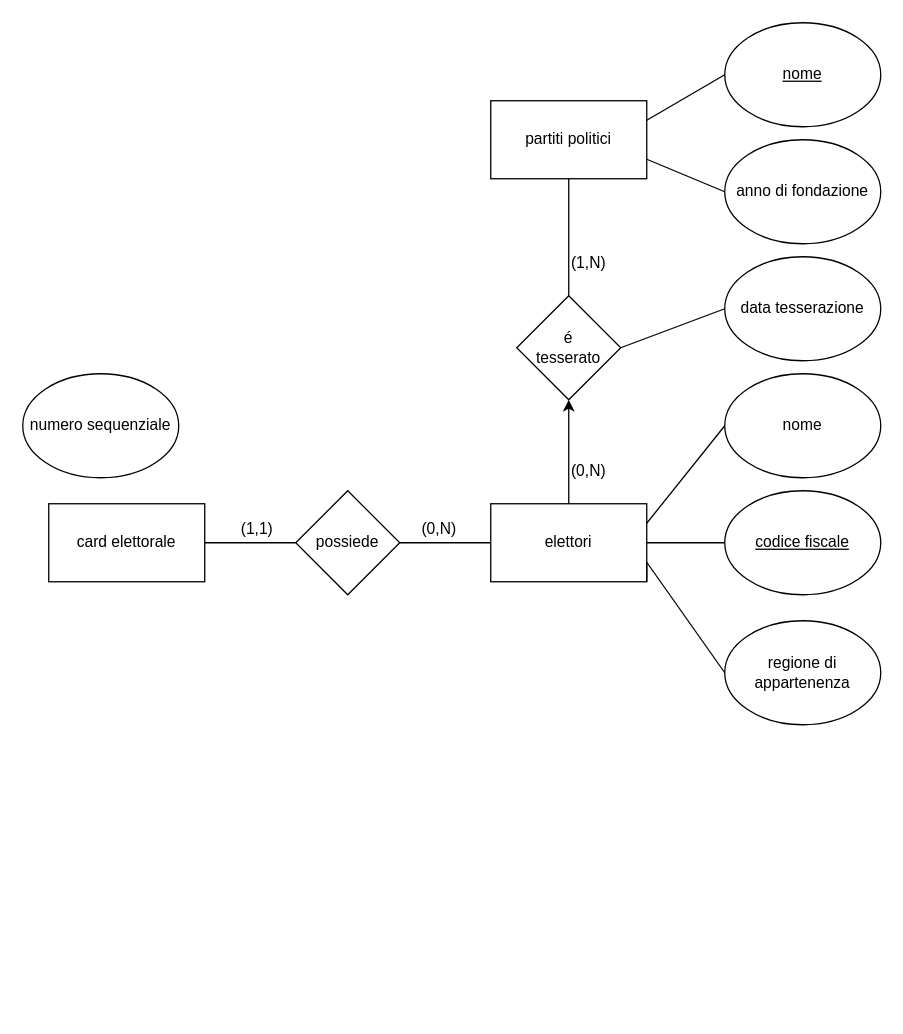
Before: Diagramma senza titolo.drawio in Marco1743/database, a draw.io diagram. Source tidied: cells renumbered, new cells numbered last; positions are measured from the earlier drawing's top-left corner, leaving out a move shared by most shapes. Both pictures are drawn from the tidied source at 130%, with x=0, y=0 at pixel (22, 22).
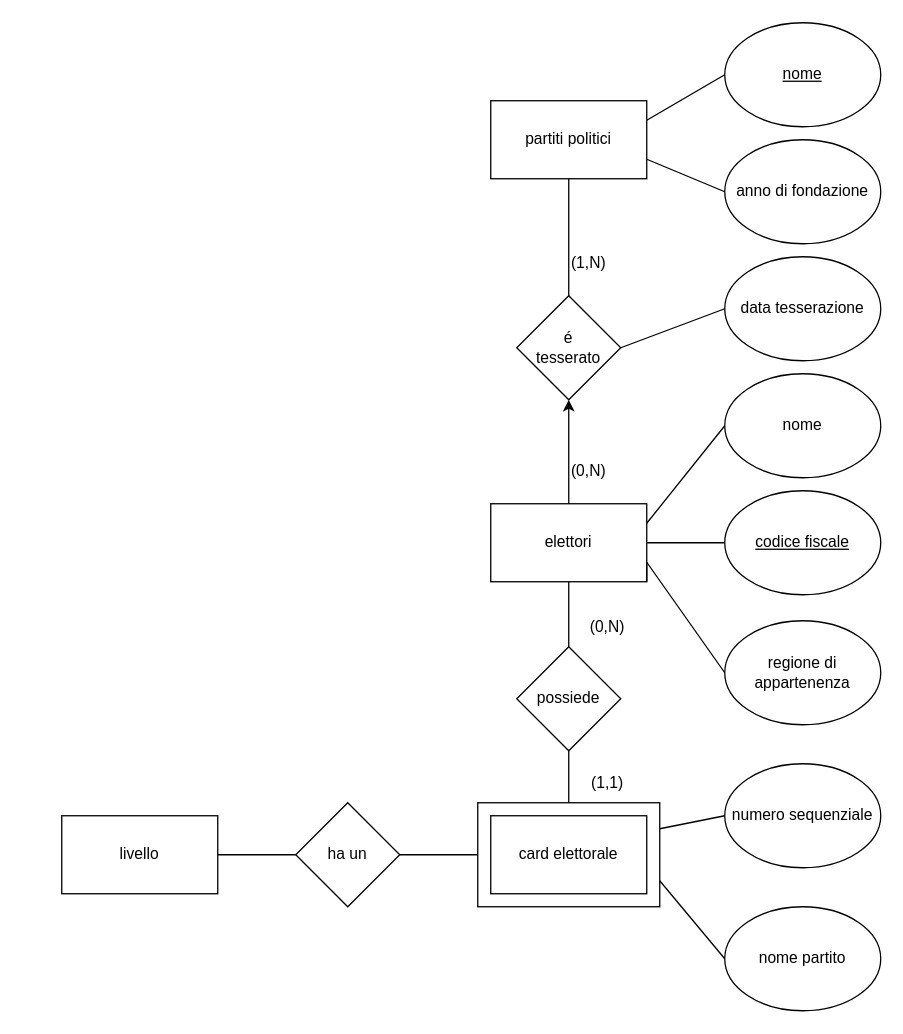
The same diagram, later.

The change refers to these unchanged cells:
```xml
<mxCell id="6" value="elettori" style="rounded=0;whiteSpace=wrap;html=1;" parent="1" vertex="1">
  <mxGeometry x="360" y="370" width="120" height="60" as="geometry" />
</mxCell>
```

The edit, as a diff of the source:
```diff
@@
+    <mxCell id="29" style="rounded=0;whiteSpace=wrap;html=1;" parent="1" vertex="1">
+      <mxGeometry x="350" y="600" width="140" height="80" as="geometry" />
+    </mxCell>
@@
-    <mxCell id="18" style="edgeStyle=none;rounded=0;jettySize=auto;html=1;exitX=1;exitY=0.5;exitDx=0;exitDy=0;entryX=0;entryY=0.5;entryDx=0;entryDy=0;strokeWidth=1;endArrow=none;endFill=0;" parent="1" edge="1" source="19" target="25">
+    <mxCell id="18" style="edgeStyle=none;rounded=0;jettySize=auto;html=1;exitX=0.5;exitY=0;exitDx=0;exitDy=0;entryX=0.5;entryY=1;entryDx=0;entryDy=0;strokeWidth=1;endArrow=none;endFill=0;" parent="1" edge="1" source="29" target="25">
       <mxGeometry relative="1" as="geometry" />
     </mxCell>
     <mxCell id="19" value="card elettorale" style="rounded=0;whiteSpace=wrap;html=1;" parent="1" vertex="1">
-      <mxGeometry x="20" y="370" width="120" height="60" as="geometry" />
+      <mxGeometry x="360" y="610" width="120" height="60" as="geometry" />
     </mxCell>
@@
-    <mxCell id="24" style="edgeStyle=none;rounded=0;jettySize=auto;html=1;exitX=1;exitY=0.5;exitDx=0;exitDy=0;entryX=0;entryY=0.5;entryDx=0;entryDy=0;strokeWidth=1;endArrow=none;endFill=0;" parent="1" edge="1" source="25" target="6">
+    <mxCell id="24" style="edgeStyle=none;rounded=0;jettySize=auto;html=1;exitX=0.5;exitY=0;exitDx=0;exitDy=0;entryX=0.5;entryY=1;entryDx=0;entryDy=0;strokeWidth=1;endArrow=none;endFill=0;" parent="1" edge="1" source="25" target="6">
       <mxGeometry relative="1" as="geometry" />
     </mxCell>
     <mxCell id="25" value="possiede" style="rhombus;whiteSpace=wrap;html=1;" parent="1" vertex="1">
-      <mxGeometry x="210" y="360" width="80" height="80" as="geometry" />
+      <mxGeometry x="380" y="480" width="80" height="80" as="geometry" />
     </mxCell>
+    <mxCell id="30" style="edgeStyle=none;rounded=0;jettySize=auto;html=1;exitX=0;exitY=0.5;exitDx=0;exitDy=0;entryX=1;entryY=0.25;entryDx=0;entryDy=0;strokeWidth=1;endArrow=none;endFill=0;" parent="1" edge="1" source="28" target="29">
+      <mxGeometry relative="1" as="geometry" />
+    </mxCell>
+    <mxCell id="28" value="numero sequenziale" style="ellipse;whiteSpace=wrap;html=1;" parent="1" vertex="1">
+      <mxGeometry x="540" y="570" width="120" height="80" as="geometry" />
+    </mxCell>
+    <mxCell id="31" style="edgeStyle=none;rounded=0;jettySize=auto;html=1;exitX=0;exitY=0.5;exitDx=0;exitDy=0;entryX=1;entryY=0.75;entryDx=0;entryDy=0;strokeWidth=1;endArrow=none;endFill=0;" parent="1" edge="1" source="32" target="29">
+      <mxGeometry relative="1" as="geometry" />
+    </mxCell>
+    <mxCell id="32" value="nome partito" style="ellipse;whiteSpace=wrap;html=1;" parent="1" vertex="1">
+      <mxGeometry x="540" y="680" width="120" height="80" as="geometry" />
+    </mxCell>
-    <mxCell id="26" value="(1,1)" style="text;html=1;align=center;verticalAlign=middle;fillColor=none;strokeColor=none;rounded=0;" parent="1" vertex="1">
-      <mxGeometry x="155" y="375" width="50" height="30" as="geometry" />
+    <mxCell id="26" value="(1,1)" style="text;html=1;strokeColor=none;fillColor=none;align=center;verticalAlign=middle;whiteSpace=wrap;rounded=0;" parent="1" vertex="1">
+      <mxGeometry x="420" y="570" width="60" height="30" as="geometry" />
     </mxCell>
-    <mxCell id="27" value="(0,N)" style="text;html=1;align=center;verticalAlign=middle;fillColor=none;strokeColor=none;rounded=0;" parent="1" vertex="1">
-      <mxGeometry x="295" y="375" width="50" height="30" as="geometry" />
+    <mxCell id="27" value="(0,N)" style="text;html=1;strokeColor=none;fillColor=none;align=center;verticalAlign=middle;whiteSpace=wrap;rounded=0;" parent="1" vertex="1">
+      <mxGeometry x="420" y="450" width="60" height="30" as="geometry" />
     </mxCell>
-    <mxCell id="28" value="numero sequenziale" style="ellipse;whiteSpace=wrap;html=1;" parent="1" vertex="1">
-      <mxGeometry y="270" width="120" height="80" as="geometry" />
-    </mxCell>
+    <mxCell id="33" style="edgeStyle=none;rounded=0;jettySize=auto;html=1;exitX=1;exitY=0.5;exitDx=0;exitDy=0;entryX=0;entryY=0.5;entryDx=0;entryDy=0;strokeWidth=1;endArrow=none;endFill=0;" parent="1" edge="1" source="35" target="29">
+      <mxGeometry relative="1" as="geometry" />
+    </mxCell>
+    <mxCell id="34" style="edgeStyle=none;rounded=0;jettySize=auto;html=1;exitX=0;exitY=0.5;exitDx=0;exitDy=0;entryX=1;entryY=0.5;entryDx=0;entryDy=0;strokeWidth=1;endArrow=none;endFill=0;" parent="1" edge="1" source="35" target="36">
+      <mxGeometry relative="1" as="geometry" />
+    </mxCell>
+    <mxCell id="35" value="ha un" style="rhombus;whiteSpace=wrap;html=1;" parent="1" vertex="1">
+      <mxGeometry x="210" y="600" width="80" height="80" as="geometry" />
+    </mxCell>
+    <mxCell id="36" value="livello" style="rounded=0;whiteSpace=wrap;html=1;" parent="1" vertex="1">
+      <mxGeometry x="30" y="610" width="120" height="60" as="geometry" />
+    </mxCell>
```
